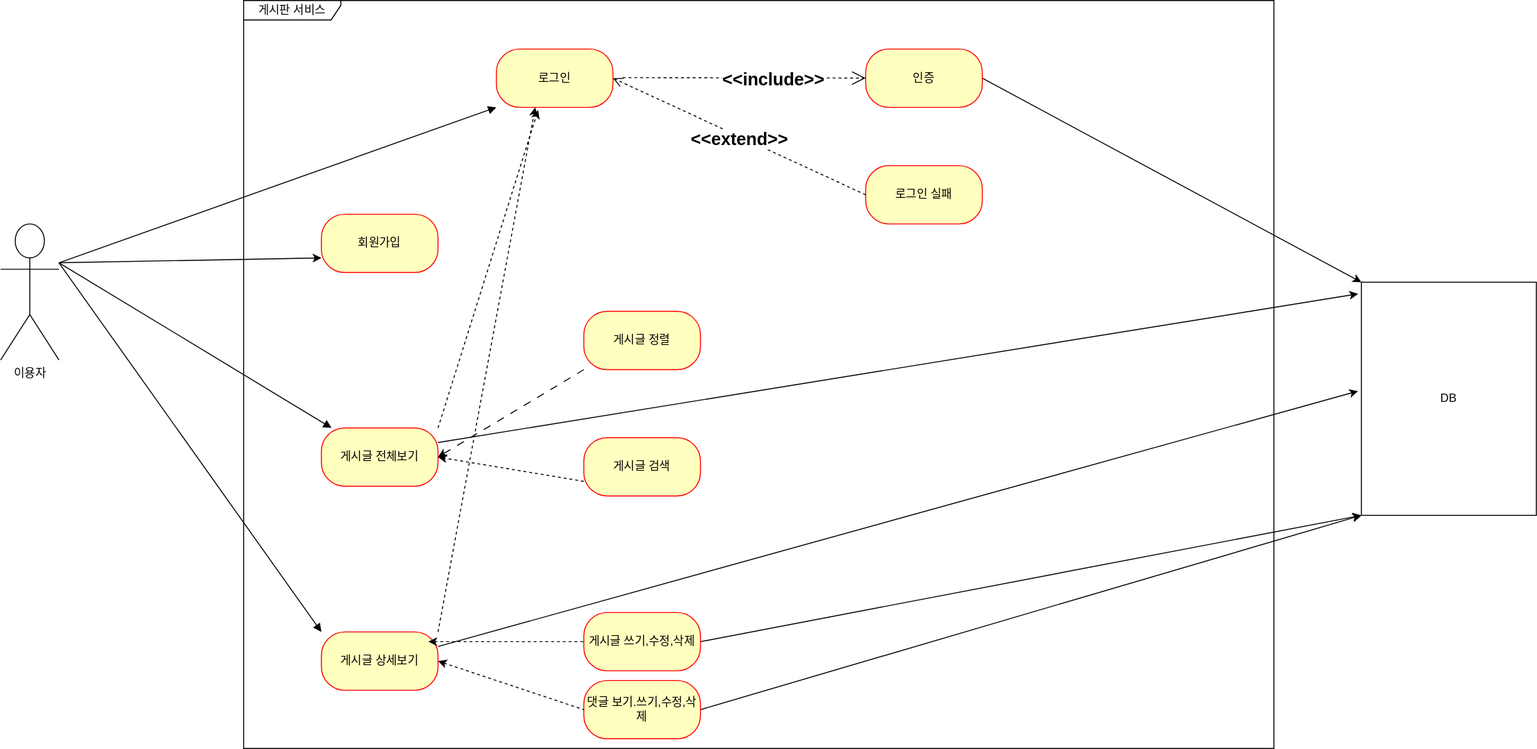
Before: document/use-case.svg, a diagram exported from draw.io (hee9005/bulletinBoard). Source tidied: cells renumbered, new cells last; positions are measured from the earlier drawing's top-left corner, leaving out a move shared by most shapes. The source it was exported from:
```xml
<mxGraphModel>
  <root>
    <mxCell id="0" />
    <mxCell id="1" parent="0" />
    <mxCell id="2" value="이용자&lt;br&gt;" style="shape=umlActor;verticalLabelPosition=bottom;verticalAlign=top;html=1;" parent="1" vertex="1">
      <mxGeometry y="230" width="60" height="140" as="geometry" />
    </mxCell>
    <mxCell id="3" value="게시판 서비스" style="shape=umlFrame;whiteSpace=wrap;html=1;width=100;height=20;" parent="1" vertex="1">
      <mxGeometry x="250" width="1060" height="770" as="geometry" />
    </mxCell>
    <mxCell id="4" value="회원가입" style="rounded=1;whiteSpace=wrap;html=1;arcSize=40;fontColor=#000000;fillColor=#ffffc0;strokeColor=#ff0000;" parent="1" vertex="1">
      <mxGeometry x="330" y="220" width="120" height="60" as="geometry" />
    </mxCell>
    <mxCell id="5" value="게시글 전체보기" style="rounded=1;whiteSpace=wrap;html=1;arcSize=40;fontColor=#000000;fillColor=#ffffc0;strokeColor=#ff0000;" parent="1" vertex="1">
      <mxGeometry x="330" y="440" width="120" height="60" as="geometry" />
    </mxCell>
    <mxCell id="6" style="rounded=0;jettySize=auto;html=1;exitX=1;exitY=0;exitDx=0;exitDy=0;dashed=1;" parent="1" edge="1" source="7">
      <mxGeometry relative="1" as="geometry">
        <mxPoint x="550" y="110" as="targetPoint" />
      </mxGeometry>
    </mxCell>
    <mxCell id="7" value="게시글 상세보기" style="rounded=1;whiteSpace=wrap;html=1;arcSize=40;fontColor=#000000;fillColor=#ffffc0;strokeColor=#ff0000;" parent="1" vertex="1">
      <mxGeometry x="330" y="650" width="120" height="60" as="geometry" />
    </mxCell>
    <mxCell id="8" value="로그인" style="rounded=1;whiteSpace=wrap;html=1;arcSize=40;fontColor=#000000;fillColor=#ffffc0;strokeColor=#ff0000;" parent="1" vertex="1">
      <mxGeometry x="510" y="50" width="120" height="60" as="geometry" />
    </mxCell>
    <mxCell id="9" style="rounded=0;jettySize=auto;html=1;exitX=1;exitY=0.5;exitDx=0;exitDy=0;entryX=0;entryY=0;entryDx=0;entryDy=0;" parent="1" edge="1" source="10" target="32">
      <mxGeometry relative="1" as="geometry" />
    </mxCell>
    <mxCell id="10" value="인증" style="rounded=1;whiteSpace=wrap;html=1;arcSize=40;fontColor=#000000;fillColor=#ffffc0;strokeColor=#ff0000;" parent="1" vertex="1">
      <mxGeometry x="890" y="50" width="120" height="60" as="geometry" />
    </mxCell>
    <mxCell id="11" value="로그인 실패" style="rounded=1;whiteSpace=wrap;html=1;arcSize=40;fontColor=#000000;fillColor=#ffffc0;strokeColor=#ff0000;" parent="1" vertex="1">
      <mxGeometry x="890" y="170" width="120" height="60" as="geometry" />
    </mxCell>
    <mxCell id="12" style="jettySize=auto;html=1;exitX=0;exitY=1;exitDx=0;exitDy=0;entryX=1;entryY=0.5;entryDx=0;entryDy=0;dashed=1;dashPattern=8 8;endArrow=classic;endFill=1;strokeColor=default;rounded=0;jumpStyle=none;startArrow=none;startFill=0;" parent="1" edge="1" source="13" target="5">
      <mxGeometry relative="1" as="geometry" />
    </mxCell>
    <mxCell id="13" value="게시글 정렬" style="rounded=1;whiteSpace=wrap;html=1;arcSize=40;fontColor=#000000;fillColor=#ffffc0;strokeColor=#ff0000;" parent="1" vertex="1">
      <mxGeometry x="600" y="320" width="120" height="60" as="geometry" />
    </mxCell>
    <mxCell id="14" style="rounded=0;jettySize=auto;html=1;exitX=0;exitY=0.75;exitDx=0;exitDy=0;entryX=1;entryY=0.5;entryDx=0;entryDy=0;dashed=1;" parent="1" edge="1" source="15" target="5">
      <mxGeometry relative="1" as="geometry" />
    </mxCell>
    <mxCell id="15" value="게시글 검색" style="rounded=1;whiteSpace=wrap;html=1;arcSize=40;fontColor=#000000;fillColor=#ffffc0;strokeColor=#ff0000;" parent="1" vertex="1">
      <mxGeometry x="600" y="450" width="120" height="60" as="geometry" />
    </mxCell>
    <mxCell id="16" style="rounded=0;jettySize=auto;html=1;exitX=1;exitY=0.5;exitDx=0;exitDy=0;entryX=0;entryY=1;entryDx=0;entryDy=0;" parent="1" edge="1" source="17" target="32">
      <mxGeometry relative="1" as="geometry" />
    </mxCell>
    <mxCell id="17" value="게시글 쓰기,수정,삭제" style="rounded=1;whiteSpace=wrap;html=1;arcSize=40;fontColor=#000000;fillColor=#ffffc0;strokeColor=#ff0000;" parent="1" vertex="1">
      <mxGeometry x="600" y="630" width="120" height="60" as="geometry" />
    </mxCell>
    <mxCell id="18" style="rounded=0;jettySize=auto;html=1;exitX=1;exitY=0.5;exitDx=0;exitDy=0;entryX=0;entryY=1;entryDx=0;entryDy=0;" parent="1" edge="1" source="19" target="32">
      <mxGeometry relative="1" as="geometry" />
    </mxCell>
    <mxCell id="19" value="댓글 보기.쓰기,수정,삭제" style="rounded=1;whiteSpace=wrap;html=1;arcSize=40;fontColor=#000000;fillColor=#ffffc0;strokeColor=#ff0000;" parent="1" vertex="1">
      <mxGeometry x="600" y="700" width="120" height="60" as="geometry" />
    </mxCell>
    <mxCell id="20" style="endArrow=classic;html=1;rounded=0;entryX=0;entryY=0.75;entryDx=0;entryDy=0;" parent="1" edge="1" target="4">
      <mxGeometry relative="1" as="geometry">
        <mxPoint x="60" y="270" as="sourcePoint" />
      </mxGeometry>
    </mxCell>
    <mxCell id="21" style="edgeStyle=orthogonalEdgeStyle;rounded=0;orthogonalLoop=1;jettySize=auto;html=1;exitX=0.5;exitY=1;exitDx=0;exitDy=0;" parent="1" edge="1" source="5" target="5">
      <mxGeometry relative="1" as="geometry" />
    </mxCell>
    <mxCell id="22" style="html=1;verticalAlign=bottom;endArrow=block;curved=0;rounded=0;" parent="1" edge="1" target="5">
      <mxGeometry relative="1" as="geometry">
        <mxPoint x="60" y="270" as="sourcePoint" />
      </mxGeometry>
    </mxCell>
    <mxCell id="23" style="html=1;verticalAlign=bottom;endArrow=block;curved=0;rounded=0;entryX=0;entryY=0;entryDx=0;entryDy=0;" parent="1" edge="1" target="7">
      <mxGeometry relative="1" as="geometry">
        <mxPoint x="60" y="270" as="sourcePoint" />
      </mxGeometry>
    </mxCell>
    <mxCell id="24" style="html=1;verticalAlign=bottom;endArrow=block;curved=0;rounded=0;entryX=0;entryY=1;entryDx=0;entryDy=0;" parent="1" edge="1" target="8">
      <mxGeometry x="-0.5" y="-30" relative="1" as="geometry">
        <mxPoint x="60" y="270" as="sourcePoint" />
      </mxGeometry>
    </mxCell>
    <mxCell id="25" style="endArrow=open;endSize=12;dashed=1;html=1;rounded=0;" parent="1" edge="1" target="10">
      <mxGeometry x="-0.04" y="30" relative="1" as="geometry">
        <mxPoint x="640" y="79.4" as="sourcePoint" />
      </mxGeometry>
    </mxCell>
    <mxCell id="26" value="&amp;lt;&amp;lt;include&amp;gt;&amp;gt;" style="edgeLabel;html=1;align=center;verticalAlign=middle;fontStyle=1;fontSize=18;" parent="25" vertex="1">
      <mxGeometry x="0.23" y="-2" relative="1" as="geometry" />
    </mxCell>
    <mxCell id="27" style="html=1;verticalAlign=bottom;endArrow=open;dashed=1;endSize=8;curved=0;rounded=0;exitX=0;exitY=0.5;exitDx=0;exitDy=0;entryX=1;entryY=0.5;entryDx=0;entryDy=0;" parent="1" edge="1" source="11" target="8">
      <mxGeometry relative="1" as="geometry" />
    </mxCell>
    <mxCell id="28" value="&amp;lt;&amp;lt;extend&amp;gt;&amp;gt;" style="edgeLabel;html=1;align=center;verticalAlign=middle;fontSize=18;fontStyle=1;" parent="27" vertex="1">
      <mxGeometry y="2" relative="1" as="geometry" />
    </mxCell>
    <mxCell id="29" style="endArrow=none;startArrow=classic;endFill=0;startFill=1;html=1;rounded=0;dashed=1;" parent="1" edge="1" target="17">
      <mxGeometry relative="1" as="geometry">
        <mxPoint x="440" y="660" as="sourcePoint" />
      </mxGeometry>
    </mxCell>
    <mxCell id="30" style="endArrow=none;startArrow=classic;endFill=0;startFill=1;html=1;rounded=0;entryX=0;entryY=0.5;entryDx=0;entryDy=0;dashed=1;" parent="1" edge="1" target="19">
      <mxGeometry relative="1" as="geometry">
        <mxPoint x="450" y="680" as="sourcePoint" />
      </mxGeometry>
    </mxCell>
    <mxCell id="31" style="rounded=0;jettySize=auto;html=1;exitX=1;exitY=0;exitDx=0;exitDy=0;entryX=0.358;entryY=1.045;entryDx=0;entryDy=0;entryPerimeter=0;dashed=1;" parent="1" edge="1" source="5" target="8">
      <mxGeometry relative="1" as="geometry" />
    </mxCell>
    <mxCell id="32" value="DB" style="html=1;whiteSpace=wrap;" parent="1" vertex="1">
      <mxGeometry x="1400" y="290" width="180" height="240" as="geometry" />
    </mxCell>
    <mxCell id="33" style="rounded=0;jettySize=auto;html=1;exitX=1;exitY=0.25;exitDx=0;exitDy=0;entryX=-0.019;entryY=0.05;entryDx=0;entryDy=0;entryPerimeter=0;" parent="1" edge="1" source="5" target="32">
      <mxGeometry relative="1" as="geometry" />
    </mxCell>
    <mxCell id="34" style="rounded=0;jettySize=auto;html=1;exitX=1;exitY=0.25;exitDx=0;exitDy=0;entryX=-0.019;entryY=0.467;entryDx=0;entryDy=0;entryPerimeter=0;" parent="1" edge="1" source="7" target="32">
      <mxGeometry relative="1" as="geometry" />
    </mxCell>
  </root>
</mxGraphModel>
```
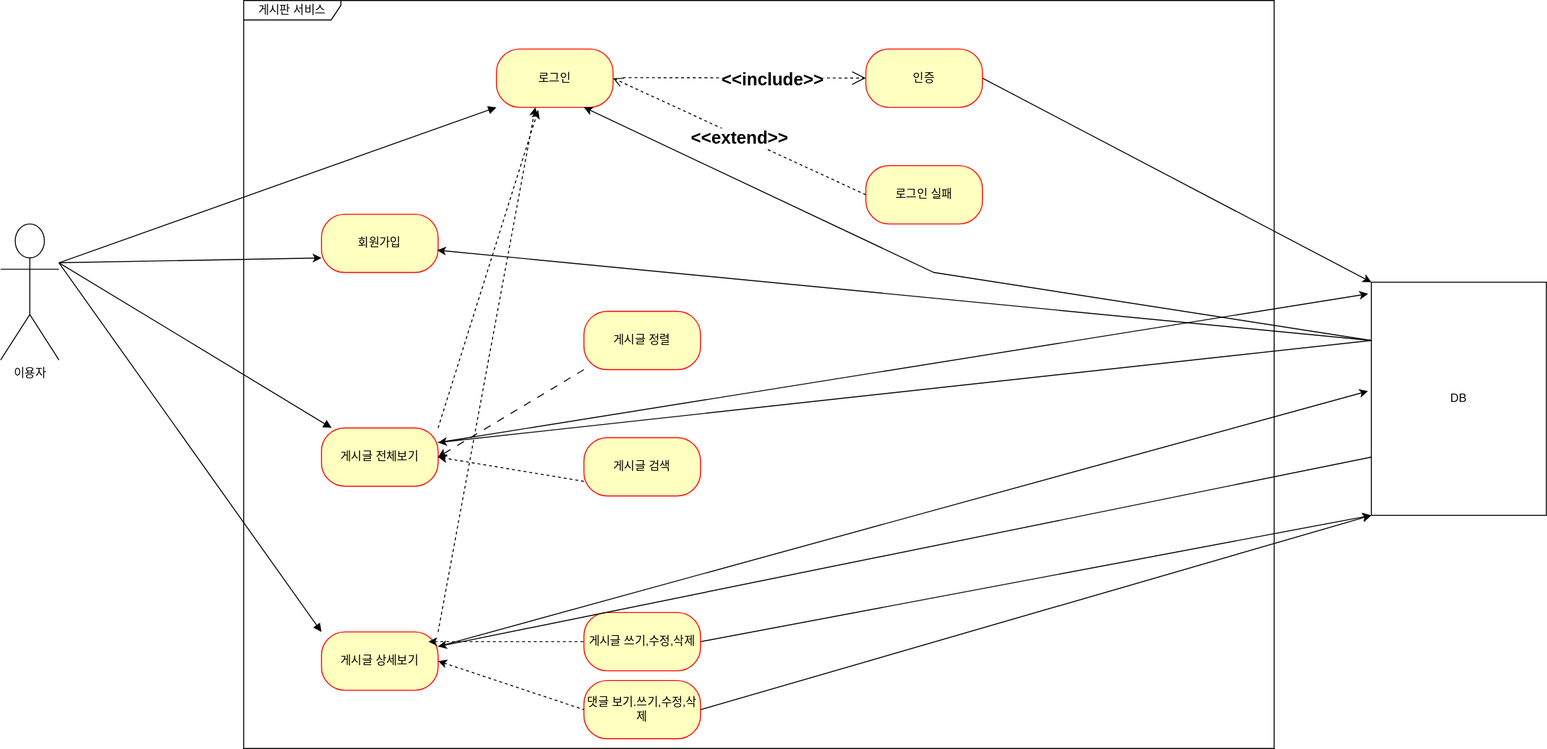
After the change.

What changed in the source:
```diff
@@ -108,8 +108,21 @@
     <mxCell id="31" style="rounded=0;jettySize=auto;html=1;exitX=1;exitY=0;exitDx=0;exitDy=0;entryX=0.358;entryY=1.045;entryDx=0;entryDy=0;entryPerimeter=0;dashed=1;" parent="1" edge="1" source="5" target="8">
       <mxGeometry relative="1" as="geometry" />
     </mxCell>
+    <mxCell id="35" style="rounded=0;jettySize=auto;html=1;exitX=0;exitY=0.75;exitDx=0;exitDy=0;entryX=1;entryY=0.25;entryDx=0;entryDy=0;" parent="1" edge="1" source="32" target="7">
+      <mxGeometry relative="1" as="geometry" />
+    </mxCell>
+    <mxCell id="36" style="rounded=0;jettySize=auto;html=1;entryX=1;entryY=0.25;entryDx=0;entryDy=0;exitX=0;exitY=0.25;exitDx=0;exitDy=0;" parent="1" edge="1" source="32" target="5">
+      <mxGeometry relative="1" as="geometry" />
+    </mxCell>
+    <mxCell id="37" style="rounded=0;jettySize=auto;html=1;exitX=0;exitY=0.25;exitDx=0;exitDy=0;entryX=0.75;entryY=1;entryDx=0;entryDy=0;" parent="1" edge="1" source="32" target="8">
+      <mxGeometry relative="1" as="geometry">
+        <Array as="points">
+          <mxPoint x="960" y="280" />
+        </Array>
+      </mxGeometry>
+    </mxCell>
     <mxCell id="32" value="DB" style="html=1;whiteSpace=wrap;" parent="1" vertex="1">
-      <mxGeometry x="1400" y="290" width="180" height="240" as="geometry" />
+      <mxGeometry x="1410" y="290" width="180" height="240" as="geometry" />
     </mxCell>
     <mxCell id="33" style="rounded=0;jettySize=auto;html=1;exitX=1;exitY=0.25;exitDx=0;exitDy=0;entryX=-0.019;entryY=0.05;entryDx=0;entryDy=0;entryPerimeter=0;" parent="1" edge="1" source="5" target="32">
       <mxGeometry relative="1" as="geometry" />
@@ -117,5 +130,8 @@
     <mxCell id="34" style="rounded=0;jettySize=auto;html=1;exitX=1;exitY=0.25;exitDx=0;exitDy=0;entryX=-0.019;entryY=0.467;entryDx=0;entryDy=0;entryPerimeter=0;" parent="1" edge="1" source="7" target="32">
       <mxGeometry relative="1" as="geometry" />
     </mxCell>
+    <mxCell id="38" style="rounded=0;jettySize=auto;html=1;exitX=0;exitY=0.25;exitDx=0;exitDy=0;entryX=0.992;entryY=0.617;entryDx=0;entryDy=0;entryPerimeter=0;" parent="1" edge="1" source="32" target="4">
+      <mxGeometry relative="1" as="geometry" />
+    </mxCell>
   </root>
 </mxGraphModel>
```
